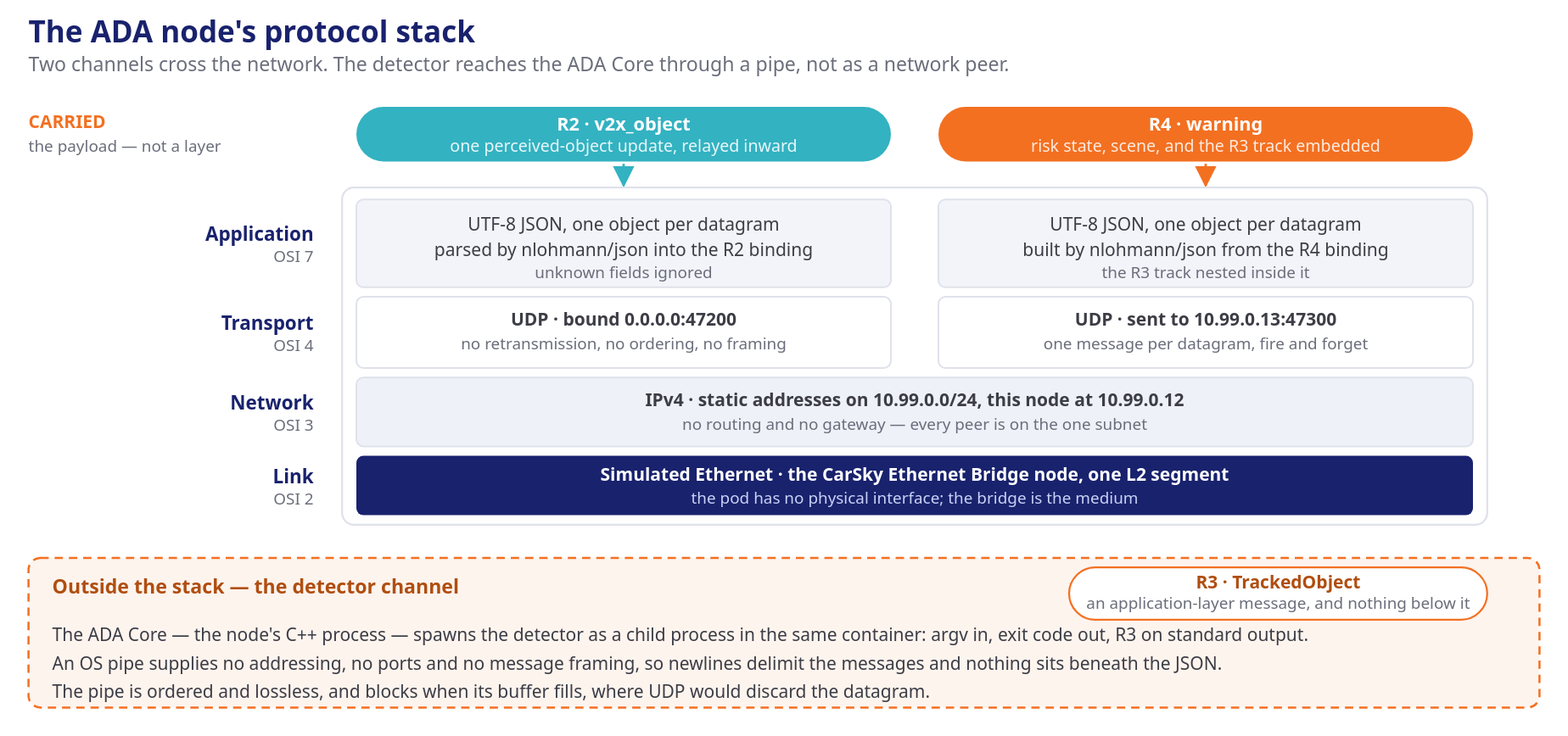
Earlier version of the draw.io export presentation/assets/phase2-4-ada-protocol-stack.svg (mnpham2101/FPT-Hackathon2026). Source tidied: cells renumbered, new cells last; positions are measured from the earlier drawing's top-left corner, leaving out a move shared by most shapes.
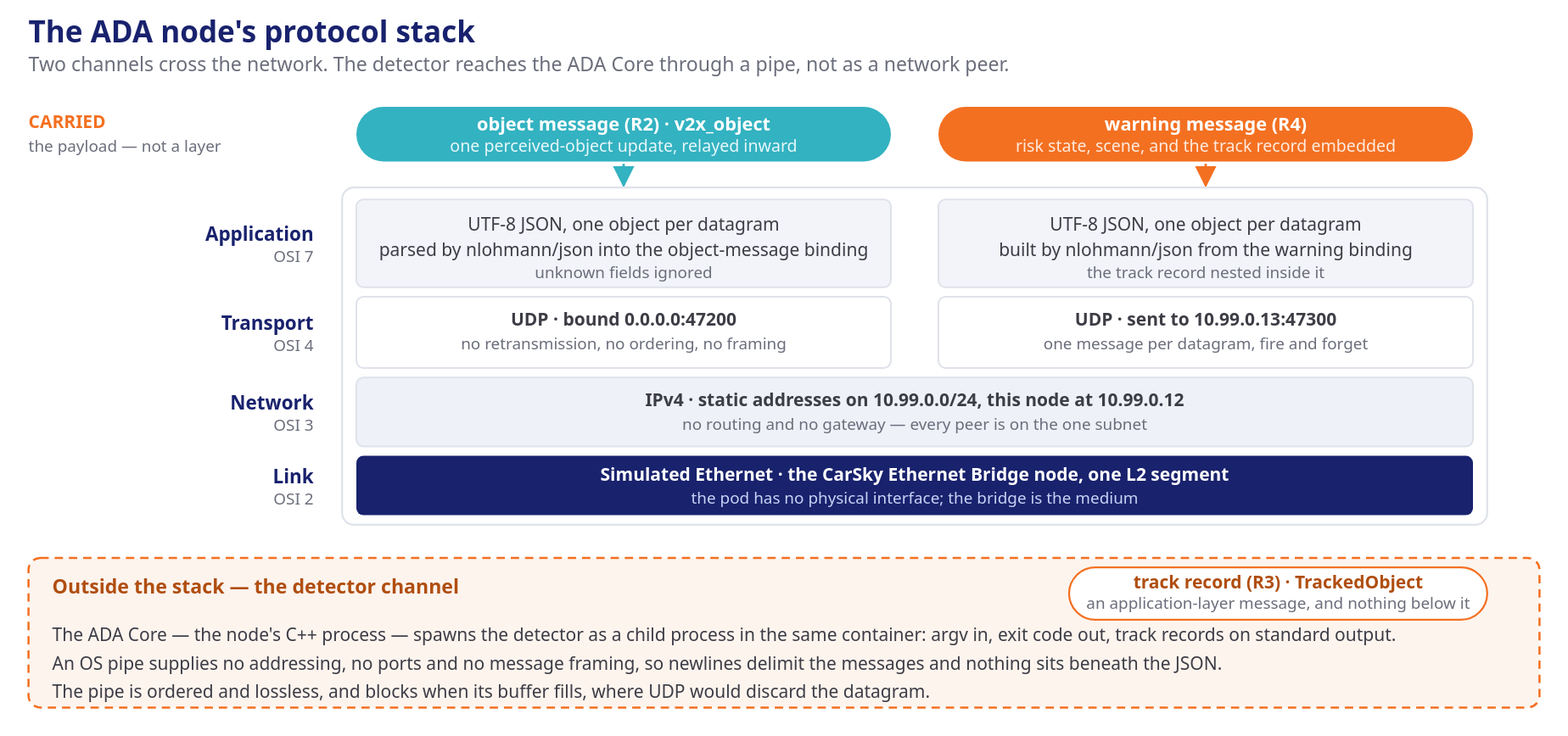
The same file after the commit.

What changed in the source:
```diff
@@ -17,7 +17,7 @@
     <mxCell id="6" style="rounded=1;arcSize=23;html=1;fillColor=#33B2C1;strokeColor=none;" parent="1" vertex="1">
       <mxGeometry x="636" y="64" width="450" height="46" as="geometry" />
     </mxCell>
-    <mxCell id="7" value="R2  ·  v2x_object" style="text;html=1;align=center;verticalAlign=middle;fontSize=15.5;fontColor=#ffffff;fontStyle=1;" parent="1" vertex="1">
+    <mxCell id="7" value="object message (R2)  ·  v2x_object" style="text;html=1;align=center;verticalAlign=middle;fontSize=15.5;fontColor=#ffffff;fontStyle=1;" parent="1" vertex="1">
       <mxGeometry x="561" y="74" width="600" height="20" as="geometry" />
     </mxCell>
     <mxCell id="8" value="one perceived-object update, relayed inward" style="text;html=1;align=center;verticalAlign=middle;fontSize=14;fontColor=#e7f7fa;fontStyle=0;" parent="1" vertex="1">
@@ -26,10 +26,10 @@
     <mxCell id="9" style="rounded=1;arcSize=23;html=1;fillColor=#F37021;strokeColor=none;" parent="1" vertex="1">
       <mxGeometry x="1126" y="64" width="450" height="46" as="geometry" />
     </mxCell>
-    <mxCell id="10" value="R4  ·  warning" style="text;html=1;align=center;verticalAlign=middle;fontSize=15.5;fontColor=#ffffff;fontStyle=1;" parent="1" vertex="1">
+    <mxCell id="10" value="warning message (R4)" style="text;html=1;align=center;verticalAlign=middle;fontSize=15.5;fontColor=#ffffff;fontStyle=1;" parent="1" vertex="1">
       <mxGeometry x="1051" y="74" width="600" height="20" as="geometry" />
     </mxCell>
-    <mxCell id="11" value="risk state, scene, and the R3 track embedded" style="text;html=1;align=center;verticalAlign=middle;fontSize=14;fontColor=#ffeade;fontStyle=0;" parent="1" vertex="1">
+    <mxCell id="11" value="risk state, scene, and the track record embedded" style="text;html=1;align=center;verticalAlign=middle;fontSize=14;fontColor=#ffeade;fontStyle=0;" parent="1" vertex="1">
       <mxGeometry x="1051" y="92" width="600" height="20" as="geometry" />
     </mxCell>
     <mxCell id="12" style="html=1;endArrow=block;endFill=1;strokeColor=#33B2C1;strokeWidth=2;" parent="1" edge="1">
@@ -77,7 +77,7 @@
     <mxCell id="24" value="UTF-8 JSON, one object per datagram" style="text;html=1;align=center;verticalAlign=middle;fontSize=15;fontColor=#3d3d46;fontStyle=0;" parent="1" vertex="1">
       <mxGeometry x="561" y="158" width="600" height="20" as="geometry" />
     </mxCell>
-    <mxCell id="25" value="parsed by nlohmann/json into the R2 binding" style="text;html=1;align=center;verticalAlign=middle;fontSize=15;fontColor=#3d3d46;fontStyle=0;" parent="1" vertex="1">
+    <mxCell id="25" value="parsed by nlohmann/json into the object-message binding" style="text;html=1;align=center;verticalAlign=middle;fontSize=15;fontColor=#3d3d46;fontStyle=0;" parent="1" vertex="1">
       <mxGeometry x="561" y="180" width="600" height="20" as="geometry" />
     </mxCell>
     <mxCell id="26" value="unknown fields ignored" style="text;html=1;align=center;verticalAlign=middle;fontSize=13.5;fontColor=#6b6e7b;fontStyle=0;" parent="1" vertex="1">
@@ -89,10 +89,10 @@
     <mxCell id="28" value="UTF-8 JSON, one object per datagram" style="text;html=1;align=center;verticalAlign=middle;fontSize=15;fontColor=#3d3d46;fontStyle=0;" parent="1" vertex="1">
       <mxGeometry x="1051" y="158" width="600" height="20" as="geometry" />
     </mxCell>
-    <mxCell id="29" value="built by nlohmann/json from the R4 binding" style="text;html=1;align=center;verticalAlign=middle;fontSize=15;fontColor=#3d3d46;fontStyle=0;" parent="1" vertex="1">
+    <mxCell id="29" value="built by nlohmann/json from the warning binding" style="text;html=1;align=center;verticalAlign=middle;fontSize=15;fontColor=#3d3d46;fontStyle=0;" parent="1" vertex="1">
       <mxGeometry x="1051" y="180" width="600" height="20" as="geometry" />
     </mxCell>
-    <mxCell id="30" value="the R3 track nested inside it" style="text;html=1;align=center;verticalAlign=middle;fontSize=13.5;fontColor=#6b6e7b;fontStyle=0;" parent="1" vertex="1">
+    <mxCell id="30" value="the track record nested inside it" style="text;html=1;align=center;verticalAlign=middle;fontSize=13.5;fontColor=#6b6e7b;fontStyle=0;" parent="1" vertex="1">
       <mxGeometry x="1051" y="198" width="600" height="20" as="geometry" />
     </mxCell>
     <mxCell id="31" style="rounded=1;arcSize=6;html=1;fillColor=#ffffff;strokeColor=#dfe2ea;strokeWidth=1.4;" parent="1" vertex="1">
@@ -140,13 +140,13 @@
     <mxCell id="45" style="rounded=1;arcSize=22;html=1;fillColor=#ffffff;strokeColor=#F37021;strokeWidth=1.6;" parent="1" vertex="1">
       <mxGeometry x="1236" y="452" width="352" height="44" as="geometry" />
     </mxCell>
-    <mxCell id="46" value="R3  ·  TrackedObject" style="text;html=1;align=center;verticalAlign=middle;fontSize=15;fontColor=#B04E10;fontStyle=1;" parent="1" vertex="1">
+    <mxCell id="46" value="track record (R3)  ·  TrackedObject" style="text;html=1;align=center;verticalAlign=middle;fontSize=15;fontColor=#B04E10;fontStyle=1;" parent="1" vertex="1">
       <mxGeometry x="1112" y="460" width="600" height="20" as="geometry" />
     </mxCell>
     <mxCell id="47" value="an application-layer message, and nothing below it" style="text;html=1;align=center;verticalAlign=middle;fontSize=13.5;fontColor=#6b6e7b;fontStyle=0;" parent="1" vertex="1">
       <mxGeometry x="1112" y="477" width="600" height="20" as="geometry" />
     </mxCell>
-    <mxCell id="48" value="The ADA Core — the node's C++ process — spawns the detector as a child process in the same container: argv in, exit code out, R3 on standard output." style="text;html=1;align=left;verticalAlign=middle;fontSize=15;fontColor=#3d3d46;fontStyle=0;" parent="1" vertex="1">
+    <mxCell id="48" value="The ADA Core — the node's C++ process — spawns the detector as a child process in the same container: argv in, exit code out, track records on standard output." style="text;html=1;align=left;verticalAlign=middle;fontSize=15;fontColor=#3d3d46;fontStyle=0;" parent="1" vertex="1">
       <mxGeometry x="380" y="504" width="600" height="20" as="geometry" />
     </mxCell>
     <mxCell id="49" value="An OS pipe supplies no addressing, no ports and no message framing, so newlines delimit the messages and nothing sits beneath the JSON." style="text;html=1;align=left;verticalAlign=middle;fontSize=15;fontColor=#3d3d46;fontStyle=0;" parent="1" vertex="1">
```
